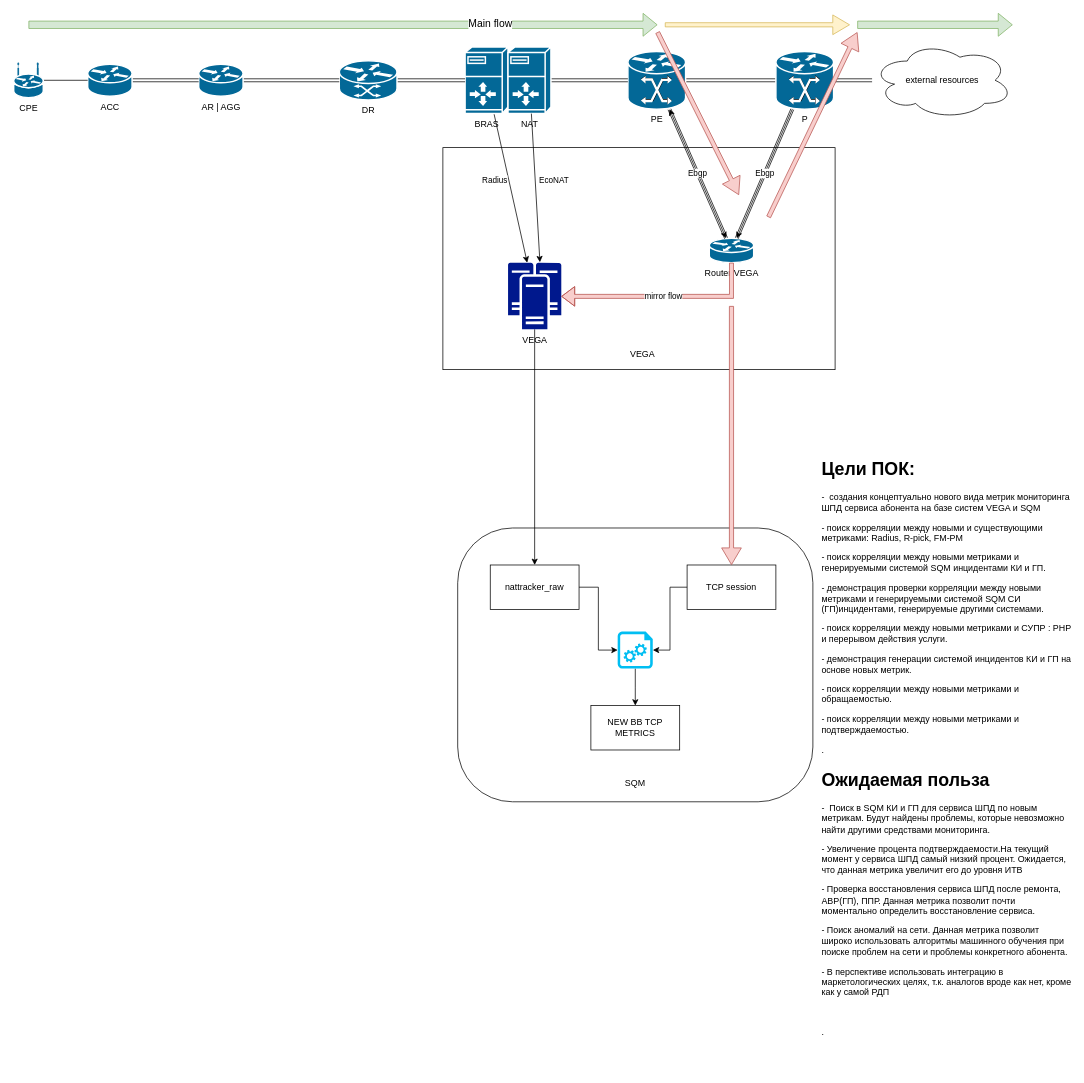
Above: Vega_flow.drawio in qqmax7/test (draw.io), before the change. Source tidied: cells renumbered, new cells numbered last; positions are measured from the earlier drawing's top-left corner, leaving out a move shared by most shapes. Both pictures are drawn from the tidied source at 74%, with x=0, y=0 at pixel (13, 24).
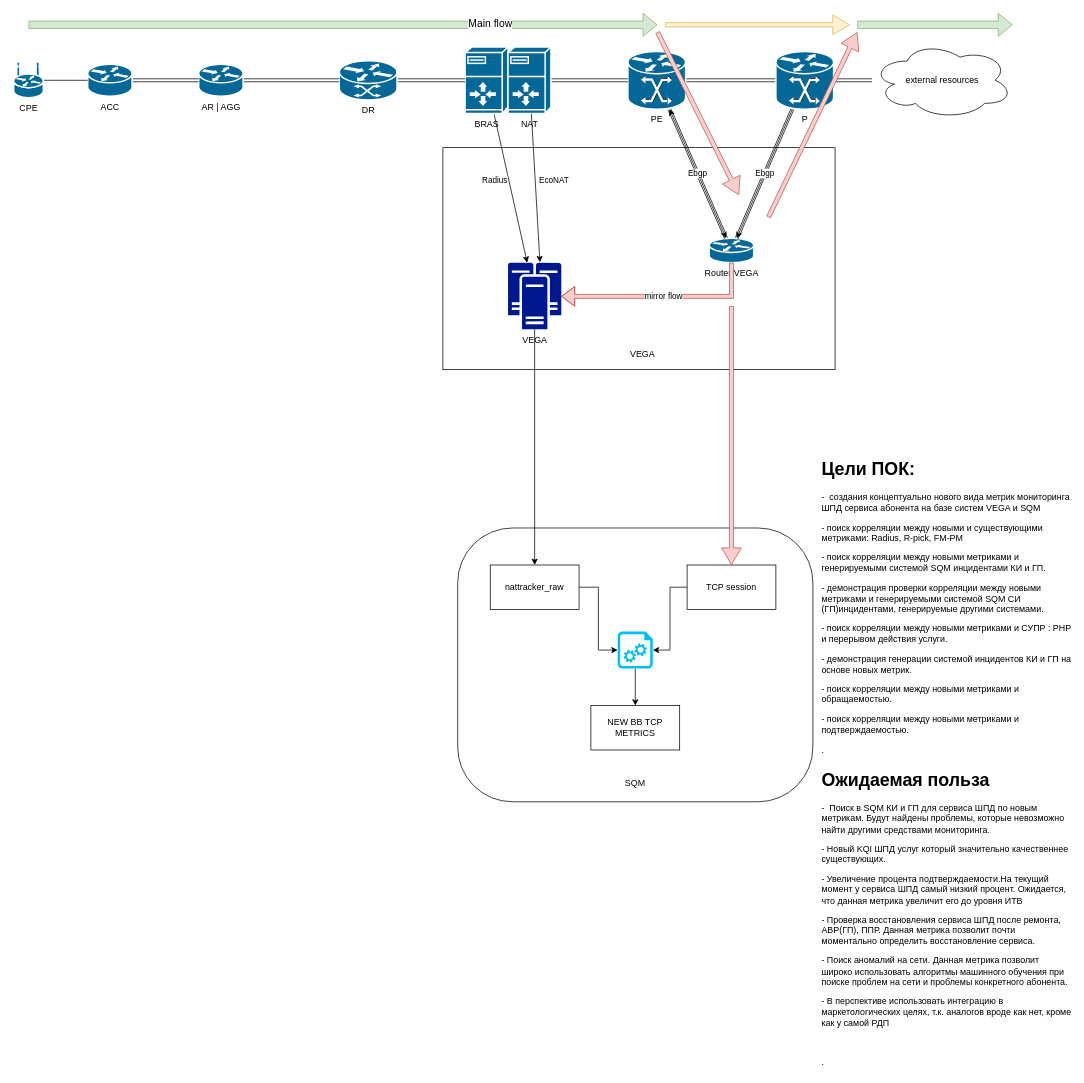
After the change.

The edit, as a diff of the source:
```diff
@@
-    <mxCell id="47" value="&lt;h1 style=&quot;margin-top: 0px;&quot;&gt;Ожидаемая польза&lt;/h1&gt;&lt;p&gt;-&amp;nbsp; Поиск в SQM КИ и ГП для сервиса ШПД по новым метрикам. Будут найдены проблемы, которые невозможно найти другими средствами мониторинга.&lt;/p&gt;&lt;p&gt;- Увеличение процента подтверждаемости.На текущий момент у сервиса ШПД самый низкий процент. Ожидается, что данная метрика увеличит его до уровня ИТВ&lt;/p&gt;&lt;p&gt;- Проверка восстановления сервиса ШПД после ремонта, АВР(ГП), ППР. Данная метрика позволит почти моментально определить восстановление сервиса.&lt;/p&gt;&lt;p&gt;- Поиск аномалий на сети. Данная метрика позволит широко использовать алгоритмы машинного обучения при поиске проблем на сети и проблемы конкретного абонента.&lt;/p&gt;&lt;p&gt;- В перспективе использовать интеграцию в маркетологических целях, т.к. аналогов вроде как нет, кроме как у самой РДП&amp;nbsp;&amp;nbsp;&lt;/p&gt;&lt;br&gt;&lt;p&gt;.&lt;/p&gt;" style="text;html=1;whiteSpace=wrap;overflow=hidden;rounded=0;" parent="1" vertex="1">
+    <mxCell id="47" value="&lt;h1 style=&quot;margin-top: 0px;&quot;&gt;Ожидаемая польза&lt;/h1&gt;&lt;p&gt;-&amp;nbsp; Поиск в SQM КИ и ГП для сервиса ШПД по новым метрикам. Будут найдены проблемы, которые невозможно найти другими средствами мониторинга.&lt;/p&gt;&lt;p&gt;- Новый KQI ШПД услуг который значительно качественнее существующих.&lt;/p&gt;&lt;p&gt;- Увеличение процента подтверждаемости.На текущий момент у сервиса ШПД самый низкий процент. Ожидается, что данная метрика увеличит его до уровня ИТВ&lt;/p&gt;&lt;p&gt;- Проверка восстановления сервиса ШПД после ремонта, АВР(ГП), ППР. Данная метрика позволит почти моментально определить восстановление сервиса.&lt;/p&gt;&lt;p&gt;- Поиск аномалий на сети. Данная метрика позволит широко использовать алгоритмы машинного обучения при поиске проблем на сети и проблемы конкретного абонента.&lt;/p&gt;&lt;p&gt;- В перспективе использовать интеграцию в маркетологических целях, т.к. аналогов вроде как нет, кроме как у самой РДП&amp;nbsp;&amp;nbsp;&lt;/p&gt;&lt;br&gt;&lt;p&gt;.&lt;/p&gt;" style="text;html=1;whiteSpace=wrap;overflow=hidden;rounded=0;" parent="1" vertex="1">
       <mxGeometry x="1090" y="1000" width="340" height="410" as="geometry" />
     </mxCell>
```
